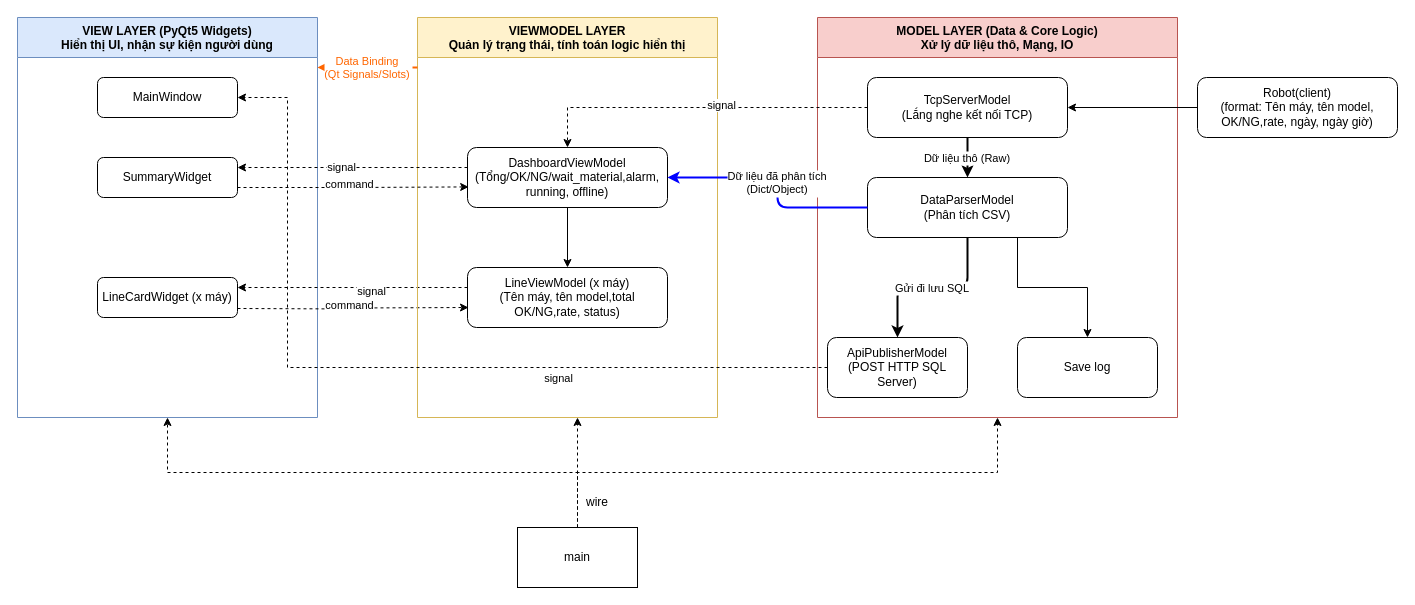
Before: Agent_prj/docs/architecture.drawio in Thinhngua1/MINI_PC_WIN7_full_UI, a draw.io diagram. Source tidied: cells renumbered, new cells numbered last; positions are measured from the earlier drawing's top-left corner, leaving out a move shared by most shapes. Both pictures are drawn from the tidied source at 100%, with x=0, y=0 at pixel (17, 17).
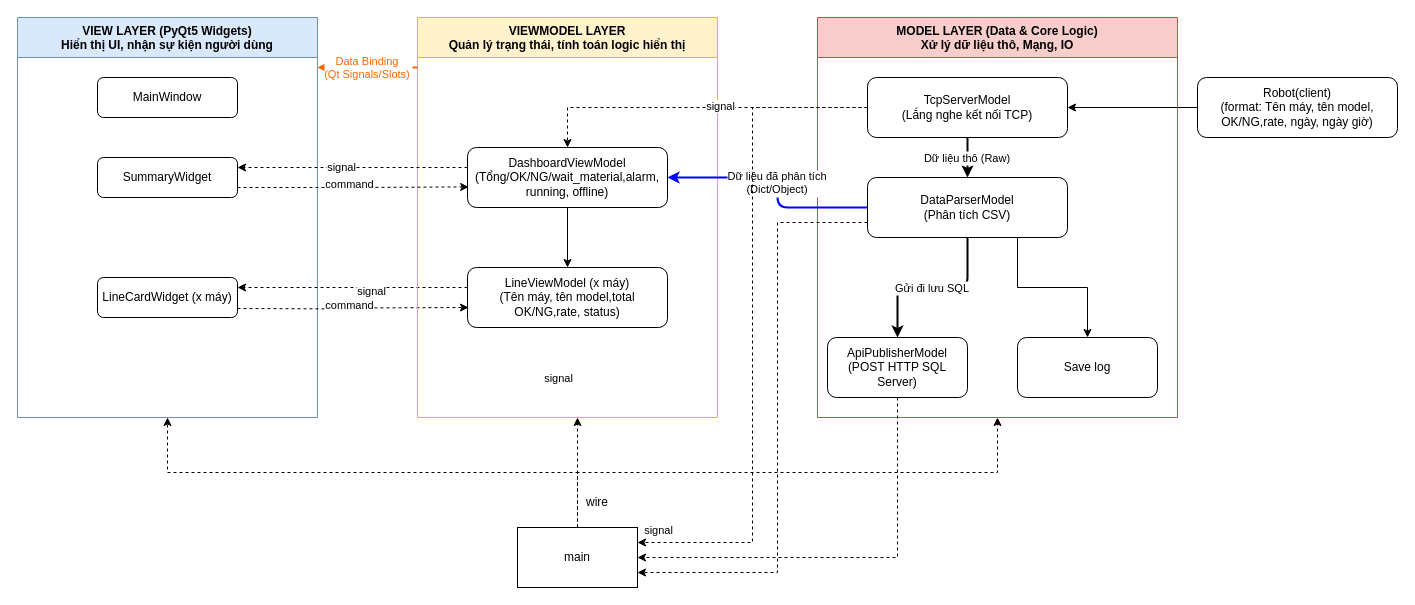
The same page after the edit.

Unchanged cells that the change refers to:
```xml
<mxCell id="3" value="MainWindow" style="rounded=1;whiteSpace=wrap;html=1;" parent="2" vertex="1">
  <mxGeometry x="80" y="60" width="140" height="40" as="geometry" />
</mxCell>
<mxCell id="15" value="TcpServerModel&#10;(Lắng nghe kết nối TCP)" style="rounded=1;whiteSpace=wrap;html=1;" parent="14" vertex="1">
  <mxGeometry x="50" y="60" width="200" height="60" as="geometry" />
</mxCell>
<mxCell id="17" value="DataParserModel&#10;(Phân tích CSV)" style="rounded=1;whiteSpace=wrap;html=1;" parent="14" vertex="1">
  <mxGeometry x="50" y="160" width="200" height="60" as="geometry" />
</mxCell>
<mxCell id="18" value="ApiPublisherModel&#10;(POST HTTP SQL Server)" style="rounded=1;whiteSpace=wrap;html=1;" parent="14" vertex="1">
  <mxGeometry x="10" y="320" width="140" height="60" as="geometry" />
</mxCell>
<mxCell id="31" value="main" style="rounded=0;whiteSpace=wrap;html=1;" parent="1" vertex="1">
  <mxGeometry x="500" y="510" width="120" height="60" as="geometry" />
</mxCell>
```

What changed in the source:
```diff
@@
     <mxCell id="36" value="signal" style="edgeLabel;html=1;align=center;verticalAlign=middle;" parent="1" vertex="1">
       <mxGeometry x="710" y="90" as="geometry">
-        <mxPoint x="-7" y="-3" as="offset" />
+        <mxPoint x="-8" y="-2" as="offset" />
       </mxGeometry>
     </mxCell>
-    <mxCell id="37" style="edgeStyle=orthogonalEdgeStyle;rounded=0;jettySize=auto;html=1;exitX=0;exitY=0.5;exitDx=0;exitDy=0;entryX=1;entryY=0.5;entryDx=0;entryDy=0;dashed=1;" parent="1" edge="1" source="18" target="3">
-      <mxGeometry relative="1" as="geometry">
-        <Array as="points">
-          <mxPoint x="270" y="350" />
-          <mxPoint x="270" y="80" />
-        </Array>
-      </mxGeometry>
-    </mxCell>
@@
+    <mxCell id="39" style="edgeStyle=orthogonalEdgeStyle;rounded=0;jettySize=auto;html=1;exitX=0;exitY=0.5;exitDx=0;exitDy=0;entryX=1;entryY=0.25;entryDx=0;entryDy=0;dashed=1;" parent="1" edge="1" source="15" target="31">
+      <mxGeometry relative="1" as="geometry" />
+    </mxCell>
+    <mxCell id="40" style="edgeLabel;html=1;align=center;verticalAlign=middle;" parent="39" vertex="1">
+      <mxGeometry x="-0.18" relative="1" as="geometry" />
+    </mxCell>
+    <mxCell id="41" value="signal" style="edgeLabel;html=1;align=center;verticalAlign=middle;" parent="39" vertex="1">
+      <mxGeometry x="-0.18" relative="1" as="geometry">
+        <mxPoint x="-95" y="264" as="offset" />
+      </mxGeometry>
+    </mxCell>
+    <mxCell id="42" style="edgeStyle=orthogonalEdgeStyle;rounded=0;jettySize=auto;html=1;exitX=0.5;exitY=1;exitDx=0;exitDy=0;entryX=1;entryY=0.5;entryDx=0;entryDy=0;dashed=1;" parent="1" edge="1" source="18" target="31">
+      <mxGeometry relative="1" as="geometry" />
+    </mxCell>
+    <mxCell id="43" style="edgeStyle=orthogonalEdgeStyle;rounded=0;jettySize=auto;html=1;exitX=0;exitY=0.75;exitDx=0;exitDy=0;entryX=1;entryY=0.75;entryDx=0;entryDy=0;dashed=1;" parent="1" edge="1" source="17" target="31">
+      <mxGeometry relative="1" as="geometry">
+        <Array as="points">
+          <mxPoint x="760" y="205" />
+          <mxPoint x="760" y="555" />
+        </Array>
+      </mxGeometry>
+    </mxCell>
```
